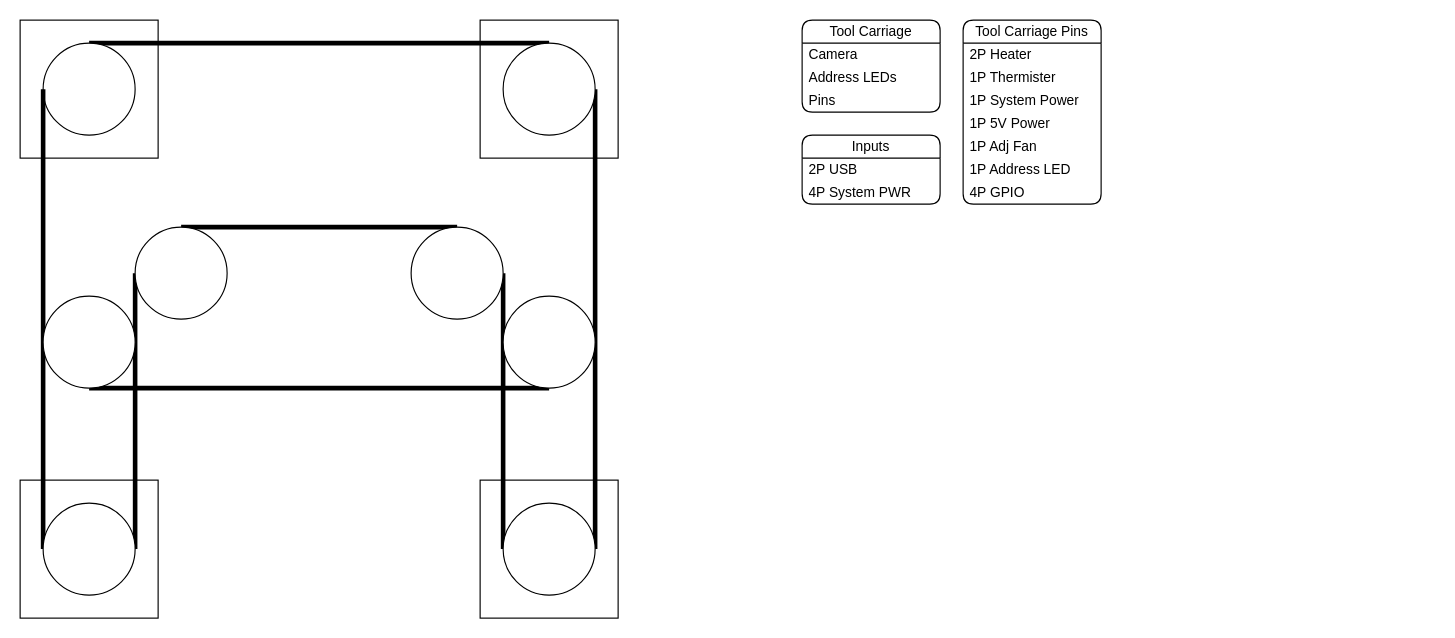
Before: Documents/Raven.drawio in XCR1793/Raven-3D, a draw.io diagram. Source tidied: cells renumbered, new cells numbered last; positions are measured from the earlier drawing's top-left corner, leaving out a move shared by most shapes. Both pictures are drawn from the tidied source at 115%, with x=0, y=0 at pixel (20, 20).
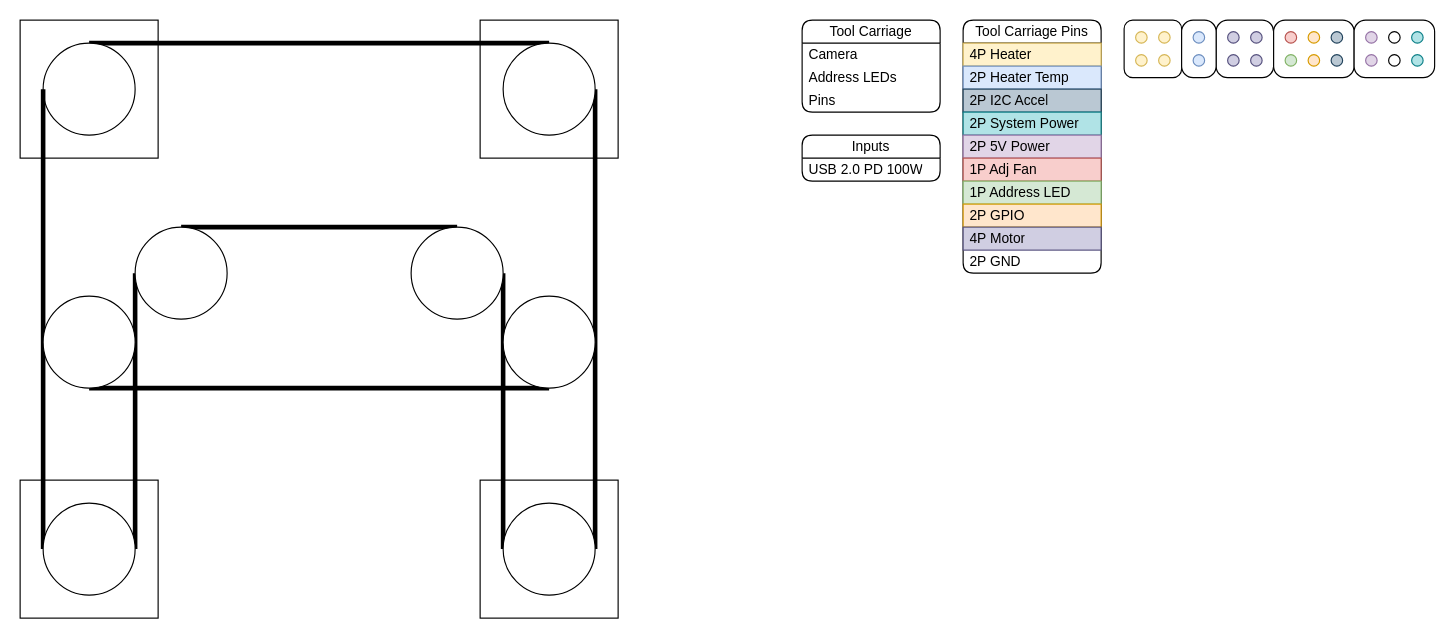
Above is the later version.

Commit message:
Added Pogo Pin Arrangements

What changed in the source:
```diff
@@
     <mxCell id="25" value="Tool Carriage Pins" style="swimlane;fontStyle=0;horizontal=1;startSize=20;whiteSpace=wrap;html=1;rounded=1;" parent="1" vertex="1">
-      <mxGeometry x="820" width="120" height="160" as="geometry" />
+      <mxGeometry x="820" width="120" height="220" as="geometry" />
     </mxCell>
-    <mxCell id="26" value="2P Heater" style="text;strokeColor=none;fillColor=none;align=left;verticalAlign=middle;spacingLeft=4;spacingRight=4;overflow=hidden;whiteSpace=wrap;html=1;" parent="25" vertex="1">
+    <mxCell id="26" value="4P Heater" style="text;strokeColor=#d6b656;fillColor=#fff2cc;align=left;verticalAlign=middle;spacingLeft=4;spacingRight=4;overflow=hidden;whiteSpace=wrap;html=1;" parent="25" vertex="1">
       <mxGeometry y="20" width="120" height="20" as="geometry" />
     </mxCell>
-    <mxCell id="27" value="1P Thermister" style="text;strokeColor=none;fillColor=none;align=left;verticalAlign=middle;spacingLeft=4;spacingRight=4;overflow=hidden;whiteSpace=wrap;html=1;" parent="25" vertex="1">
+    <mxCell id="27" value="2P Heater Temp" style="text;strokeColor=#6c8ebf;fillColor=#dae8fc;align=left;verticalAlign=middle;spacingLeft=4;spacingRight=4;overflow=hidden;whiteSpace=wrap;html=1;" parent="25" vertex="1">
       <mxGeometry y="40" width="120" height="20" as="geometry" />
     </mxCell>
+    <mxCell id="36" value="2P I2C Accel" style="text;strokeColor=#23445d;fillColor=#bac8d3;align=left;verticalAlign=middle;spacingLeft=4;spacingRight=4;overflow=hidden;whiteSpace=wrap;html=1;" parent="25" vertex="1">
+      <mxGeometry y="60" width="120" height="20" as="geometry" />
+    </mxCell>
-    <mxCell id="28" value="1P System Power" style="text;strokeColor=none;fillColor=none;align=left;verticalAlign=middle;spacingLeft=4;spacingRight=4;overflow=hidden;whiteSpace=wrap;html=1;" parent="25" vertex="1">
-      <mxGeometry y="60" width="120" height="20" as="geometry" />
+    <mxCell id="28" value="2P System Power" style="text;strokeColor=#0e8088;fillColor=#b0e3e6;align=left;verticalAlign=middle;spacingLeft=4;spacingRight=4;overflow=hidden;whiteSpace=wrap;html=1;" parent="25" vertex="1">
+      <mxGeometry y="80" width="120" height="20" as="geometry" />
     </mxCell>
-    <mxCell id="29" value="1P 5V Power" style="text;strokeColor=none;fillColor=none;align=left;verticalAlign=middle;spacingLeft=4;spacingRight=4;overflow=hidden;whiteSpace=wrap;html=1;" parent="25" vertex="1">
-      <mxGeometry y="80" width="120" height="20" as="geometry" />
+    <mxCell id="29" value="2P 5V Power" style="text;strokeColor=#9673a6;fillColor=#e1d5e7;align=left;verticalAlign=middle;spacingLeft=4;spacingRight=4;overflow=hidden;whiteSpace=wrap;html=1;" parent="25" vertex="1">
+      <mxGeometry y="100" width="120" height="20" as="geometry" />
     </mxCell>
-    <mxCell id="30" value="1P Adj Fan" style="text;strokeColor=none;fillColor=none;align=left;verticalAlign=middle;spacingLeft=4;spacingRight=4;overflow=hidden;whiteSpace=wrap;html=1;" parent="25" vertex="1">
-      <mxGeometry y="100" width="120" height="20" as="geometry" />
+    <mxCell id="30" value="1P Adj Fan" style="text;strokeColor=#b85450;fillColor=#f8cecc;align=left;verticalAlign=middle;spacingLeft=4;spacingRight=4;overflow=hidden;whiteSpace=wrap;html=1;" parent="25" vertex="1">
+      <mxGeometry y="120" width="120" height="20" as="geometry" />
     </mxCell>
-    <mxCell id="31" value="1P Address LED" style="text;strokeColor=none;fillColor=none;align=left;verticalAlign=middle;spacingLeft=4;spacingRight=4;overflow=hidden;whiteSpace=wrap;html=1;" parent="25" vertex="1">
-      <mxGeometry y="120" width="120" height="20" as="geometry" />
+    <mxCell id="31" value="1P Address LED" style="text;strokeColor=#82b366;fillColor=#d5e8d4;align=left;verticalAlign=middle;spacingLeft=4;spacingRight=4;overflow=hidden;whiteSpace=wrap;html=1;" parent="25" vertex="1">
+      <mxGeometry y="140" width="120" height="20" as="geometry" />
     </mxCell>
-    <mxCell id="32" value="4P GPIO" style="text;strokeColor=none;fillColor=none;align=left;verticalAlign=middle;spacingLeft=4;spacingRight=4;overflow=hidden;whiteSpace=wrap;html=1;" parent="25" vertex="1">
-      <mxGeometry y="140" width="120" height="20" as="geometry" />
+    <mxCell id="32" value="2P GPIO" style="text;strokeColor=#d79b00;fillColor=#ffe6cc;align=left;verticalAlign=middle;spacingLeft=4;spacingRight=4;overflow=hidden;whiteSpace=wrap;html=1;" parent="25" vertex="1">
+      <mxGeometry y="160" width="120" height="20" as="geometry" />
     </mxCell>
+    <mxCell id="37" value="4P Motor" style="text;strokeColor=#56517e;fillColor=#d0cee2;align=left;verticalAlign=middle;spacingLeft=4;spacingRight=4;overflow=hidden;whiteSpace=wrap;html=1;" parent="25" vertex="1">
+      <mxGeometry y="180" width="120" height="20" as="geometry" />
+    </mxCell>
+    <mxCell id="38" value="2P GND" style="text;align=left;verticalAlign=middle;spacingLeft=4;spacingRight=4;overflow=hidden;whiteSpace=wrap;html=1;" parent="25" vertex="1">
+      <mxGeometry y="200" width="120" height="20" as="geometry" />
+    </mxCell>
     <mxCell id="33" value="Inputs" style="swimlane;fontStyle=0;horizontal=1;startSize=20;whiteSpace=wrap;html=1;rounded=1;" parent="1" vertex="1">
-      <mxGeometry x="680" y="100" width="120" height="60" as="geometry" />
+      <mxGeometry x="680" y="100" width="120" height="40" as="geometry" />
     </mxCell>
-    <mxCell id="34" value="2P USB" style="text;strokeColor=none;fillColor=none;align=left;verticalAlign=middle;spacingLeft=4;spacingRight=4;overflow=hidden;whiteSpace=wrap;html=1;" parent="33" vertex="1">
+    <mxCell id="34" value="USB 2.0 PD 100W" style="text;strokeColor=none;fillColor=none;align=left;verticalAlign=middle;spacingLeft=4;spacingRight=4;overflow=hidden;whiteSpace=wrap;html=1;" parent="33" vertex="1">
       <mxGeometry y="20" width="120" height="20" as="geometry" />
     </mxCell>
-    <mxCell id="35" value="4P System PWR" style="text;strokeColor=none;fillColor=none;align=left;verticalAlign=middle;spacingLeft=4;spacingRight=4;overflow=hidden;whiteSpace=wrap;html=1;" parent="33" vertex="1">
-      <mxGeometry y="40" width="120" height="20" as="geometry" />
-    </mxCell>
+    <mxCell id="39" style="rounded=1;whiteSpace=wrap;html=1;fontFamily=Helvetica;fontSize=11;fontColor=default;labelBackgroundColor=default;absoluteArcSize=1;" parent="1" vertex="1">
+      <mxGeometry x="1040" width="50" height="50" as="geometry" />
+    </mxCell>
+    <mxCell id="40" style="ellipse;whiteSpace=wrap;html=1;fillColor=#d0cee2;strokeColor=#56517e;" parent="39" vertex="1">
+      <mxGeometry x="30" y="10" width="10" height="10" as="geometry" />
+    </mxCell>
+    <mxCell id="41" style="ellipse;whiteSpace=wrap;html=1;fillColor=#d0cee2;strokeColor=#56517e;" parent="39" vertex="1">
+      <mxGeometry x="30" y="30" width="10" height="10" as="geometry" />
+    </mxCell>
+    <mxCell id="42" style="ellipse;whiteSpace=wrap;html=1;fillColor=#d0cee2;strokeColor=#56517e;" parent="39" vertex="1">
+      <mxGeometry x="10" y="10" width="10" height="10" as="geometry" />
+    </mxCell>
+    <mxCell id="43" style="ellipse;whiteSpace=wrap;html=1;fillColor=#d0cee2;strokeColor=#56517e;" parent="39" vertex="1">
+      <mxGeometry x="10" y="30" width="10" height="10" as="geometry" />
+    </mxCell>
+    <mxCell id="44" style="rounded=1;whiteSpace=wrap;html=1;" parent="1" vertex="1">
+      <mxGeometry x="960" width="50" height="50" as="geometry" />
+    </mxCell>
+    <mxCell id="45" style="ellipse;whiteSpace=wrap;html=1;fillColor=#fff2cc;strokeColor=#d6b656;" parent="1" vertex="1">
+      <mxGeometry x="990" y="10" width="10" height="10" as="geometry" />
+    </mxCell>
+    <mxCell id="46" style="ellipse;whiteSpace=wrap;html=1;fillColor=#fff2cc;strokeColor=#d6b656;" parent="1" vertex="1">
+      <mxGeometry x="990" y="30" width="10" height="10" as="geometry" />
+    </mxCell>
+    <mxCell id="47" style="ellipse;whiteSpace=wrap;html=1;fillColor=#fff2cc;strokeColor=#d6b656;" parent="1" vertex="1">
+      <mxGeometry x="970" y="10" width="10" height="10" as="geometry" />
+    </mxCell>
+    <mxCell id="48" style="ellipse;whiteSpace=wrap;html=1;fillColor=#fff2cc;strokeColor=#d6b656;" parent="1" vertex="1">
+      <mxGeometry x="970" y="30" width="10" height="10" as="geometry" />
+    </mxCell>
+    <mxCell id="49" style="rounded=1;whiteSpace=wrap;html=1;fontFamily=Helvetica;fontSize=11;fontColor=default;labelBackgroundColor=default;absoluteArcSize=1;" parent="1" vertex="1">
+      <mxGeometry x="1010" width="30" height="50" as="geometry" />
+    </mxCell>
+    <mxCell id="50" style="ellipse;whiteSpace=wrap;html=1;fillColor=#dae8fc;strokeColor=#6c8ebf;" parent="49" vertex="1">
+      <mxGeometry x="10" y="10" width="10" height="10" as="geometry" />
+    </mxCell>
+    <mxCell id="51" style="ellipse;whiteSpace=wrap;html=1;fillColor=#dae8fc;strokeColor=#6c8ebf;" parent="49" vertex="1">
+      <mxGeometry x="10" y="30" width="10" height="10" as="geometry" />
+    </mxCell>
+    <mxCell id="52" style="rounded=1;whiteSpace=wrap;html=1;fontFamily=Helvetica;fontSize=11;fontColor=default;labelBackgroundColor=default;absoluteArcSize=1;" parent="1" vertex="1">
+      <mxGeometry x="1090" width="70" height="50" as="geometry" />
+    </mxCell>
+    <mxCell id="53" style="ellipse;whiteSpace=wrap;html=1;fillColor=#ffe6cc;strokeColor=#d79b00;" parent="52" vertex="1">
+      <mxGeometry x="30" y="10" width="10" height="10" as="geometry" />
+    </mxCell>
+    <mxCell id="54" style="ellipse;whiteSpace=wrap;html=1;fillColor=#ffe6cc;strokeColor=#d79b00;" parent="52" vertex="1">
+      <mxGeometry x="30" y="30" width="10" height="10" as="geometry" />
+    </mxCell>
+    <mxCell id="55" style="ellipse;whiteSpace=wrap;html=1;fillColor=#f8cecc;strokeColor=#b85450;" parent="52" vertex="1">
+      <mxGeometry x="10" y="10" width="10" height="10" as="geometry" />
+    </mxCell>
+    <mxCell id="56" style="ellipse;whiteSpace=wrap;html=1;fillColor=#d5e8d4;strokeColor=#82b366;" parent="52" vertex="1">
+      <mxGeometry x="10" y="30" width="10" height="10" as="geometry" />
+    </mxCell>
+    <mxCell id="57" style="ellipse;whiteSpace=wrap;html=1;fillColor=#bac8d3;strokeColor=#23445d;" parent="52" vertex="1">
+      <mxGeometry x="50" y="10" width="10" height="10" as="geometry" />
+    </mxCell>
+    <mxCell id="58" style="ellipse;whiteSpace=wrap;html=1;fillColor=#bac8d3;strokeColor=#23445d;" parent="52" vertex="1">
+      <mxGeometry x="50" y="30" width="10" height="10" as="geometry" />
+    </mxCell>
+    <mxCell id="59" style="rounded=1;whiteSpace=wrap;html=1;fontFamily=Helvetica;fontSize=11;fontColor=default;labelBackgroundColor=default;absoluteArcSize=1;" parent="1" vertex="1">
+      <mxGeometry x="1160" width="70" height="50" as="geometry" />
+    </mxCell>
+    <mxCell id="60" style="ellipse;whiteSpace=wrap;html=1;" parent="59" vertex="1">
+      <mxGeometry x="30" y="10" width="10" height="10" as="geometry" />
+    </mxCell>
+    <mxCell id="61" style="ellipse;whiteSpace=wrap;html=1;" parent="59" vertex="1">
+      <mxGeometry x="30" y="30" width="10" height="10" as="geometry" />
+    </mxCell>
+    <mxCell id="62" style="ellipse;whiteSpace=wrap;html=1;fillColor=#e1d5e7;strokeColor=#9673a6;" parent="59" vertex="1">
+      <mxGeometry x="10" y="10" width="10" height="10" as="geometry" />
+    </mxCell>
+    <mxCell id="63" style="ellipse;whiteSpace=wrap;html=1;fillColor=#e1d5e7;strokeColor=#9673a6;" parent="59" vertex="1">
+      <mxGeometry x="10" y="30" width="10" height="10" as="geometry" />
+    </mxCell>
+    <mxCell id="64" style="ellipse;whiteSpace=wrap;html=1;fillColor=#b0e3e6;strokeColor=#0e8088;" parent="59" vertex="1">
+      <mxGeometry x="50" y="10" width="10" height="10" as="geometry" />
+    </mxCell>
+    <mxCell id="65" style="ellipse;whiteSpace=wrap;html=1;fillColor=#b0e3e6;strokeColor=#0e8088;" parent="59" vertex="1">
+      <mxGeometry x="50" y="30" width="10" height="10" as="geometry" />
+    </mxCell>
```
